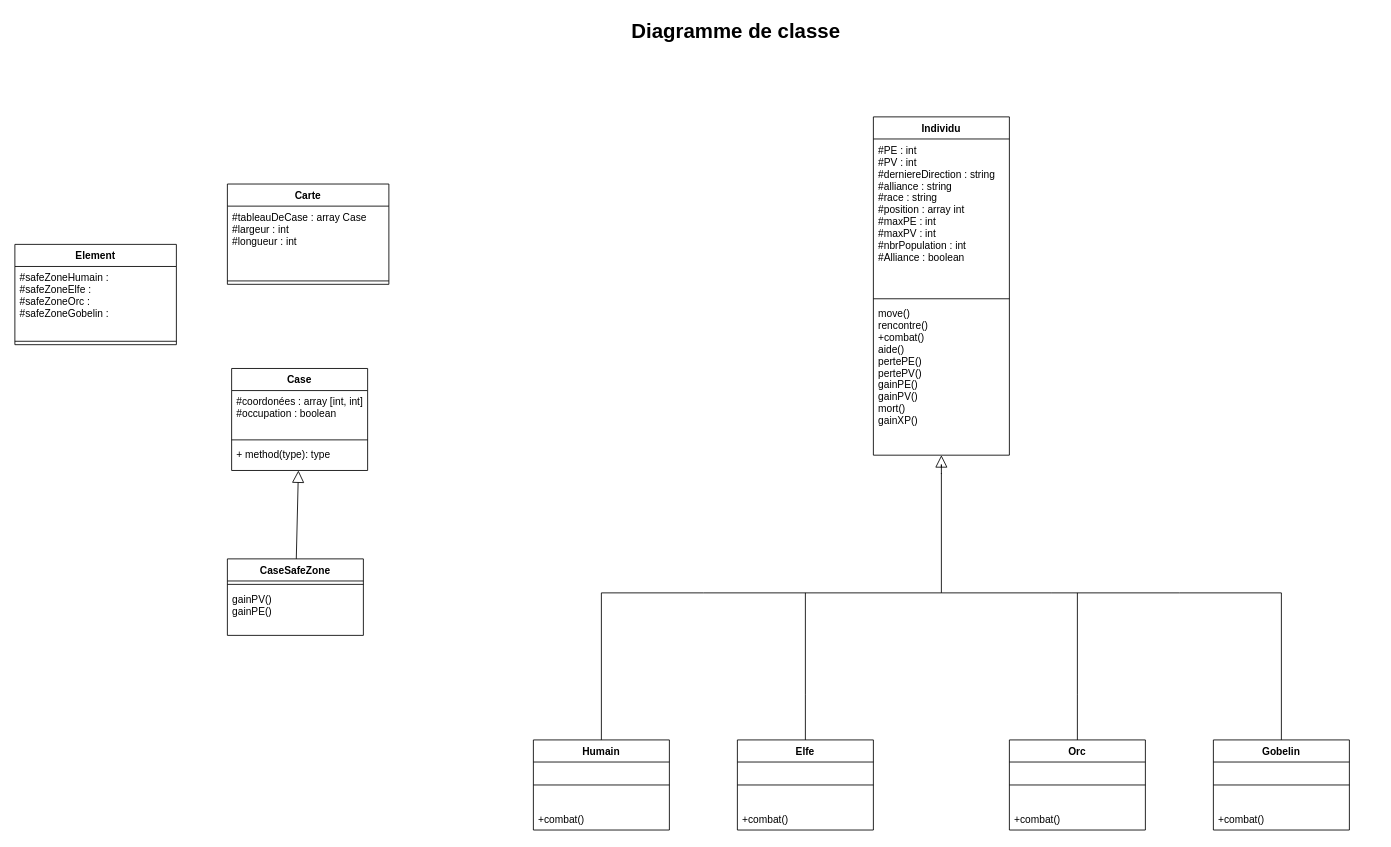
agenceDEVI/ConceptObjet keeps this draw.io diagram as diagramme_de_classe.drawio. Above is the earlier version. Source tidied: cells renumbered, new cells numbered last; positions are measured from the earlier drawing's top-left corner, leaving out a move shared by most shapes. Both pictures are drawn from the tidied source at 85%, with x=0, y=0 at pixel (14, 14).
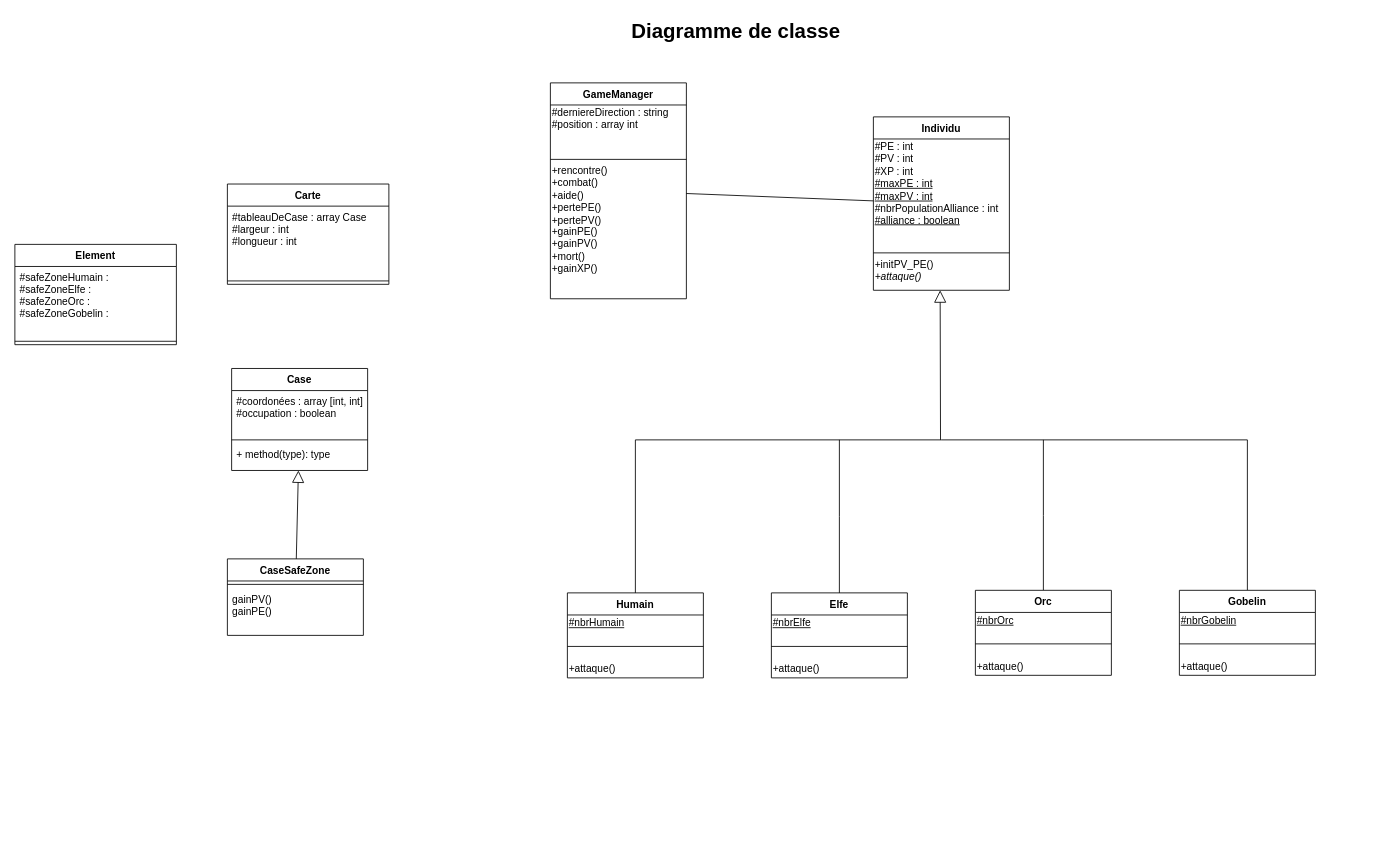
The same diagram, later.

The edit, as a diff of the source:
```diff
@@
     <mxCell id="3" value="Individu" style="swimlane;fontStyle=1;align=center;verticalAlign=top;horizontal=1;startSize=26;" parent="1" vertex="1">
-      <mxGeometry x="1010" y="120" width="160" height="398" as="geometry" />
+      <mxGeometry x="1010" y="120" width="160" height="204" as="geometry" />
     </mxCell>
-    <mxCell id="4" value="#PE : int&#10;#PV : int&#10;#derniereDirection : string&#10;#alliance : string&#10;#race : string&#10;#position : array int&#10;#maxPE : int&#10;#maxPV : int&#10;#nbrPopulation : int&#10;#Alliance : boolean&#10;&#10;" style="text;strokeColor=none;fillColor=none;align=left;verticalAlign=top;spacingLeft=4;spacingRight=4;overflow=hidden;" parent="3" vertex="1">
-      <mxGeometry y="26" width="160" height="184" as="geometry" />
-    </mxCell>
+    <mxCell id="40" value="#PE : int&lt;br&gt;#PV : int&lt;br&gt;#XP : int&lt;br&gt;&lt;u&gt;#maxPE : int&lt;/u&gt;&lt;br&gt;&lt;u&gt;#maxPV : int&lt;/u&gt;&lt;br&gt;#nbrPopulationAlliance : int&lt;br&gt;&lt;u&gt;#alliance : boolean&lt;/u&gt;&lt;div&gt;&lt;br&gt;&lt;/div&gt;&lt;div&gt;&lt;br&gt;&lt;/div&gt;" style="text;html=1;align=left;verticalAlign=top;spacingTop=-4;" parent="3" vertex="1">
+      <mxGeometry y="26" width="160" height="130" as="geometry" />
+    </mxCell>
     <mxCell id="5" style="line;strokeWidth=1;fillColor=none;align=left;verticalAlign=middle;spacingTop=-1;spacingLeft=3;spacingRight=3;labelPosition=right;" parent="3" vertex="1">
-      <mxGeometry y="210" width="160" height="8" as="geometry" />
+      <mxGeometry y="156" width="160" height="8" as="geometry" />
     </mxCell>
-    <mxCell id="6" value="move()&#10;rencontre()&#10;+combat()&#10;aide()&#10;pertePE()&#10;pertePV()&#10;gainPE()&#10;gainPV()&#10;mort()&#10;gainXP()" style="text;strokeColor=none;fillColor=none;align=left;verticalAlign=top;spacingLeft=4;spacingRight=4;overflow=hidden;points=[[0,0.5],[1,0.5]];portConstraint=eastwest;" parent="3" vertex="1">
-      <mxGeometry y="218" width="160" height="180" as="geometry" />
-    </mxCell>
-    <mxCell id="7" style="edgeStyle=elbowEdgeStyle;html=1;endSize=12;endArrow=block;endFill=0;elbow=horizontal;rounded=0;" parent="1" edge="1" target="6">
-      <mxGeometry x="1" relative="1" as="geometry">
-        <mxPoint x="1090" y="540" as="sourcePoint" />
-      </mxGeometry>
-    </mxCell>
-    <mxCell id="8" style="edgeStyle=elbowEdgeStyle;html=1;elbow=vertical;verticalAlign=bottom;endArrow=none;rounded=0;" parent="1" edge="1">
-      <mxGeometry x="1" relative="1" as="geometry">
-        <mxPoint x="1090" y="680" as="sourcePoint" />
-        <mxPoint x="1370" y="680" as="targetPoint" />
-        <Array as="points">
-          <mxPoint x="1220" y="680" />
-        </Array>
-      </mxGeometry>
-    </mxCell>
-    <mxCell id="9" style="edgeStyle=elbowEdgeStyle;html=1;elbow=vertical;verticalAlign=bottom;endArrow=none;rounded=0;" parent="1" edge="1">
-      <mxGeometry x="1" relative="1" as="geometry">
-        <mxPoint x="1090" y="539" as="sourcePoint" />
-        <mxPoint x="810" y="680" as="targetPoint" />
-        <Array as="points">
-          <mxPoint x="1090" y="680" />
-        </Array>
-      </mxGeometry>
-    </mxCell>
+    <mxCell id="41" value="+initPV_PE()&lt;div&gt;&lt;i&gt;+attaque()&lt;/i&gt;&lt;/div&gt;&lt;div&gt;&lt;i&gt;&lt;/i&gt;&lt;br&gt;&lt;/div&gt;" style="text;html=1;points=[];align=left;verticalAlign=top;spacingTop=-4;" parent="3" vertex="1">
+      <mxGeometry y="164" width="160" height="40" as="geometry" />
+    </mxCell>
     <mxCell id="10" style="edgeStyle=elbowEdgeStyle;html=1;elbow=vertical;verticalAlign=bottom;endArrow=none;rounded=0;entryX=0.5;entryY=0;entryDx=0;entryDy=0;" parent="1" edge="1" target="17">
       <mxGeometry x="1" relative="1" as="geometry">
-        <mxPoint x="930" y="680" as="sourcePoint" />
-        <Array as="points">
-          <mxPoint x="870" y="800" />
-        </Array>
+        <mxPoint x="970" y="500" as="sourcePoint" />
       </mxGeometry>
     </mxCell>
     <mxCell id="11" style="edgeStyle=elbowEdgeStyle;html=1;elbow=vertical;verticalAlign=bottom;endArrow=none;rounded=0;entryX=0.5;entryY=0;entryDx=0;entryDy=0;" parent="1" edge="1" target="14">
       <mxGeometry x="1" relative="1" as="geometry">
-        <mxPoint x="810" y="680" as="sourcePoint" />
+        <mxPoint x="1090" y="500" as="sourcePoint" />
         <Array as="points">
-          <mxPoint x="750" y="680" />
-          <mxPoint x="750" y="540" />
+          <mxPoint x="850" y="500" />
+          <mxPoint x="790" y="500" />
+          <mxPoint x="790" y="500" />
+          <mxPoint x="790" y="360" />
         </Array>
       </mxGeometry>
     </mxCell>
     <mxCell id="12" style="edgeStyle=elbowEdgeStyle;html=1;elbow=vertical;verticalAlign=bottom;endArrow=none;rounded=0;entryX=0.5;entryY=0;entryDx=0;entryDy=0;" parent="1" edge="1" target="23">
       <mxGeometry x="1" relative="1" as="geometry">
-        <mxPoint x="1370" y="680" as="sourcePoint" />
+        <mxPoint x="1090" y="500" as="sourcePoint" />
         <Array as="points">
-          <mxPoint x="1430" y="680" />
+          <mxPoint x="1270" y="500" />
         </Array>
       </mxGeometry>
     </mxCell>
     <mxCell id="13" style="edgeStyle=elbowEdgeStyle;html=1;elbow=vertical;verticalAlign=bottom;endArrow=none;rounded=0;entryX=0.5;entryY=0;entryDx=0;entryDy=0;" parent="1" edge="1" target="20">
       <mxGeometry x="1" relative="1" as="geometry">
-        <mxPoint x="1250" y="680" as="sourcePoint" />
-        <Array as="points">
-          <mxPoint x="1310" y="800" />
-        </Array>
+        <mxPoint x="1210" y="500" as="sourcePoint" />
       </mxGeometry>
     </mxCell>
     <mxCell id="14" value="Humain" style="swimlane;fontStyle=1;align=center;verticalAlign=top;horizontal=1;startSize=26;" parent="1" vertex="1">
-      <mxGeometry x="610" y="853" width="160" height="106" as="geometry" />
+      <mxGeometry x="650" y="680" width="160" height="100" as="geometry" />
     </mxCell>
+    <mxCell id="42" value="&lt;div&gt;&lt;u&gt;#nbrHumain&lt;/u&gt;&lt;/div&gt;" style="text;html=1;align=left;verticalAlign=top;spacingTop=-4;" parent="14" vertex="1">
+      <mxGeometry y="26" width="160" height="20" as="geometry" />
+    </mxCell>
     <mxCell id="15" style="line;strokeWidth=1;fillColor=none;align=left;verticalAlign=middle;spacingTop=-1;spacingLeft=3;spacingRight=3;labelPosition=right;" parent="14" vertex="1">
-      <mxGeometry y="26" width="160" height="54" as="geometry" />
+      <mxGeometry y="46" width="160" height="34" as="geometry" />
     </mxCell>
-    <mxCell id="16" value="+combat()" style="text;strokeColor=none;fillColor=none;align=left;verticalAlign=top;spacingLeft=4;spacingRight=4;overflow=hidden;" parent="14" vertex="1">
-      <mxGeometry y="80" width="160" height="26" as="geometry" />
-    </mxCell>
+    <mxCell id="43" value="+attaque()" style="text;html=1;align=left;verticalAlign=top;spacingTop=-4;" parent="14" vertex="1">
+      <mxGeometry y="80" width="160" height="20" as="geometry" />
+    </mxCell>
     <mxCell id="17" value="Elfe" style="swimlane;fontStyle=1;align=center;verticalAlign=top;horizontal=1;startSize=26;" parent="1" vertex="1">
-      <mxGeometry x="850" y="853" width="160" height="106" as="geometry" />
+      <mxGeometry x="890" y="680" width="160" height="100" as="geometry" />
     </mxCell>
+    <mxCell id="44" value="&lt;u&gt;#nbrElfe&lt;/u&gt;" style="text;html=1;align=left;verticalAlign=top;spacingTop=-4;" parent="17" vertex="1">
+      <mxGeometry y="26" width="160" height="20" as="geometry" />
+    </mxCell>
     <mxCell id="18" style="line;strokeWidth=1;fillColor=none;align=left;verticalAlign=middle;spacingTop=-1;spacingLeft=3;spacingRight=3;labelPosition=right;" parent="17" vertex="1">
-      <mxGeometry y="26" width="160" height="54" as="geometry" />
+      <mxGeometry y="46" width="160" height="34" as="geometry" />
     </mxCell>
-    <mxCell id="19" value="+combat()" style="text;strokeColor=none;fillColor=none;align=left;verticalAlign=top;spacingLeft=4;spacingRight=4;overflow=hidden;" parent="17" vertex="1">
-      <mxGeometry y="80" width="160" height="26" as="geometry" />
-    </mxCell>
+    <mxCell id="45" value="+attaque()" style="text;html=1;align=left;verticalAlign=top;spacingTop=-4;" parent="17" vertex="1">
+      <mxGeometry y="80" width="160" height="20" as="geometry" />
+    </mxCell>
     <mxCell id="20" value="Orc" style="swimlane;fontStyle=1;align=center;verticalAlign=top;horizontal=1;startSize=26;" parent="1" vertex="1">
-      <mxGeometry x="1170" y="853" width="160" height="106" as="geometry" />
+      <mxGeometry x="1130" y="677" width="160" height="100" as="geometry" />
     </mxCell>
+    <mxCell id="46" value="&lt;u&gt;#nbrOrc&lt;/u&gt;" style="text;html=1;align=left;verticalAlign=top;spacingTop=-4;" parent="20" vertex="1">
+      <mxGeometry y="26" width="160" height="20" as="geometry" />
+    </mxCell>
     <mxCell id="21" style="line;strokeWidth=1;fillColor=none;align=left;verticalAlign=middle;spacingTop=-1;spacingLeft=3;spacingRight=3;labelPosition=right;" parent="20" vertex="1">
-      <mxGeometry y="26" width="160" height="54" as="geometry" />
+      <mxGeometry y="46" width="160" height="34" as="geometry" />
     </mxCell>
-    <mxCell id="22" value="+combat()" style="text;strokeColor=none;fillColor=none;align=left;verticalAlign=top;spacingLeft=4;spacingRight=4;overflow=hidden;" parent="20" vertex="1">
-      <mxGeometry y="80" width="160" height="26" as="geometry" />
-    </mxCell>
+    <mxCell id="47" value="+attaque()" style="text;html=1;align=left;verticalAlign=top;spacingTop=-4;" parent="20" vertex="1">
+      <mxGeometry y="80" width="160" height="20" as="geometry" />
+    </mxCell>
     <mxCell id="23" value="Gobelin" style="swimlane;fontStyle=1;align=center;verticalAlign=top;horizontal=1;startSize=26;" parent="1" vertex="1">
-      <mxGeometry x="1410" y="853" width="160" height="106" as="geometry" />
+      <mxGeometry x="1370" y="677" width="160" height="100" as="geometry" />
     </mxCell>
+    <mxCell id="48" value="&lt;u&gt;#nbrGobelin&lt;/u&gt;" style="text;html=1;align=left;verticalAlign=top;spacingTop=-4;" parent="23" vertex="1">
+      <mxGeometry y="26" width="160" height="20" as="geometry" />
+    </mxCell>
     <mxCell id="24" style="line;strokeWidth=1;fillColor=none;align=left;verticalAlign=middle;spacingTop=-1;spacingLeft=3;spacingRight=3;labelPosition=right;" parent="23" vertex="1">
-      <mxGeometry y="26" width="160" height="54" as="geometry" />
+      <mxGeometry y="46" width="160" height="34" as="geometry" />
     </mxCell>
-    <mxCell id="25" value="+combat()" style="text;strokeColor=none;fillColor=none;align=left;verticalAlign=top;spacingLeft=4;spacingRight=4;overflow=hidden;" parent="23" vertex="1">
-      <mxGeometry y="80" width="160" height="26" as="geometry" />
-    </mxCell>
+    <mxCell id="49" value="+attaque()" style="text;html=1;align=left;verticalAlign=top;spacingTop=-4;" parent="23" vertex="1">
+      <mxGeometry y="80" width="160" height="20" as="geometry" />
+    </mxCell>
@@
+    <mxCell id="50" style="edgeStyle=none;html=1;endArrow=block;endFill=0;endSize=12;verticalAlign=bottom;entryX=0.491;entryY=1.001;entryDx=0;entryDy=0;entryPerimeter=0;" parent="1" edge="1" target="41">
+      <mxGeometry relative="1" as="geometry">
+        <mxPoint x="1089" y="500" as="sourcePoint" />
+      </mxGeometry>
+    </mxCell>
+    <mxCell id="51" value="GameManager" style="swimlane;fontStyle=1;align=center;verticalAlign=top;horizontal=1;startSize=26;" parent="1" vertex="1">
+      <mxGeometry x="630" y="80" width="160" height="254" as="geometry" />
+    </mxCell>
+    <mxCell id="52" value="#derniereDirection : string&lt;br&gt;#position : array int&lt;br&gt;&lt;div&gt;&lt;br&gt;&lt;/div&gt;&lt;div&gt;&lt;br&gt;&lt;/div&gt;" style="text;html=1;align=left;verticalAlign=top;spacingTop=-4;" parent="51" vertex="1">
+      <mxGeometry y="26" width="160" height="60" as="geometry" />
+    </mxCell>
+    <mxCell id="53" style="line;strokeWidth=1;fillColor=none;align=left;verticalAlign=middle;spacingTop=-1;spacingLeft=3;spacingRight=3;labelPosition=right;" parent="51" vertex="1">
+      <mxGeometry y="86" width="160" height="8" as="geometry" />
+    </mxCell>
+    <mxCell id="54" value="+rencontre()&lt;br&gt;+combat()&lt;br&gt;+aide()&lt;br&gt;+pertePE()&lt;br&gt;+pertePV()&lt;br&gt;+gainPE()&lt;br&gt;+gainPV()&lt;br&gt;+mort()&lt;br&gt;+gainXP()&lt;br&gt;&lt;div&gt;&lt;br&gt;&lt;/div&gt;&lt;div&gt;&lt;br&gt;&lt;/div&gt;" style="text;html=1;align=left;verticalAlign=top;spacingTop=-4;" parent="51" vertex="1">
+      <mxGeometry y="94" width="160" height="160" as="geometry" />
+    </mxCell>
+    <mxCell id="55" style="endArrow=none;html=1;" parent="1" edge="1" source="51" target="3">
+      <mxGeometry relative="1" as="geometry" />
+    </mxCell>
```
